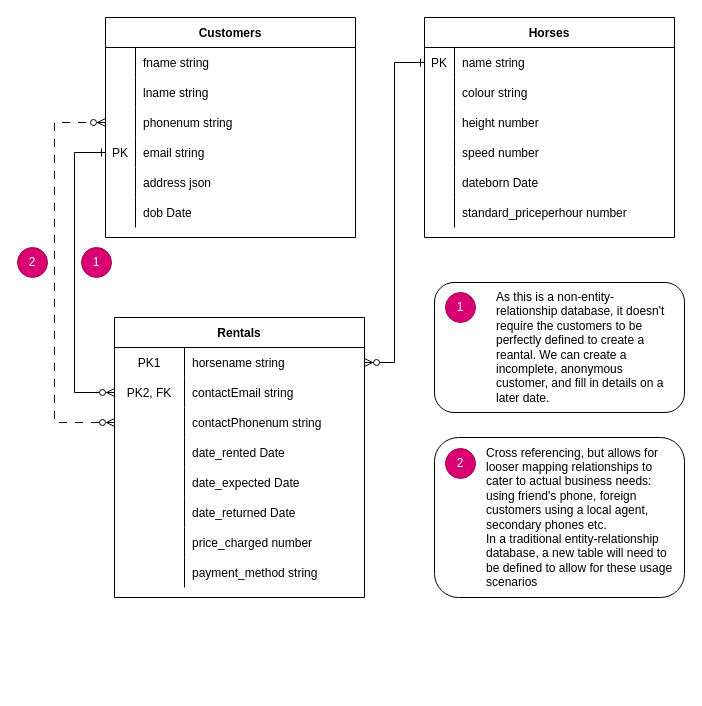
Earlier version of the draw.io diagram erd.drawio (yashwantbist/DBS311). Source tidied: cells renumbered, new cells numbered last; positions are measured from the earlier drawing's top-left corner, leaving out a move shared by most shapes. Both pictures are drawn from the tidied source at 100%, with x=0, y=0 at pixel (17, 17).
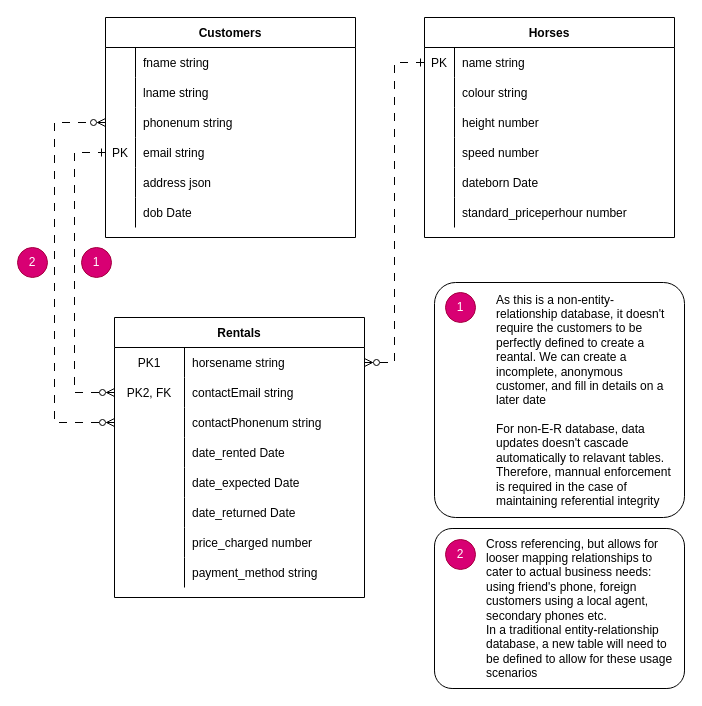
The same page after the edit.

Unchanged cells that the change refers to:
```xml
<mxCell id="3" style="shape=partialRectangle;fillColor=none;points=[[0,0.5],[1,0.5]];portConstraint=eastwest;top=0;left=0;right=0;bottom=0;" parent="2" vertex="1">
  <mxGeometry y="30" width="250" height="30" as="geometry" />
</mxCell>
<mxCell id="6" style="shape=partialRectangle;fillColor=none;points=[[0,0.5],[1,0.5]];portConstraint=eastwest;top=0;left=0;right=0;bottom=0;" parent="2" vertex="1">
  <mxGeometry y="60" width="250" height="30" as="geometry" />
</mxCell>
<mxCell id="28" style="shape=partialRectangle;fillColor=none;points=[[0,0.5],[1,0.5]];portConstraint=eastwest;top=0;left=0;right=0;bottom=0;" parent="27" vertex="1">
  <mxGeometry y="30" width="250" height="30" as="geometry" />
</mxCell>
<mxCell id="56" style="shape=tableRow;horizontal=0;startSize=0;swimlaneHead=0;swimlaneBody=0;fillColor=none;points=[[0,0.5],[1,0.5]];portConstraint=eastwest;top=0;left=0;right=0;bottom=0;" parent="46" vertex="1">
  <mxGeometry y="120" width="250" height="30" as="geometry" />
</mxCell>
```

Change to the diagram source:
```diff
@@
-    <mxCell id="65" style="edgeStyle=orthogonalEdgeStyle;rounded=0;jettySize=auto;html=1;startArrow=ERzeroToMany;startFill=0;endArrow=ERone;endFill=0;" parent="1" edge="1" source="3" target="28">
+    <mxCell id="65" style="edgeStyle=orthogonalEdgeStyle;rounded=0;jettySize=auto;html=1;startArrow=ERzeroToMany;startFill=0;endArrow=ERone;endFill=0;dashed=1;dashPattern=8 8;" parent="1" edge="1" source="3" target="28">
       <mxGeometry relative="1" as="geometry" />
     </mxCell>
-    <mxCell id="66" style="edgeStyle=orthogonalEdgeStyle;rounded=0;jettySize=auto;html=1;startArrow=ERzeroToMany;startFill=0;endArrow=ERone;endFill=0;" parent="1" edge="1" source="6" target="56">
+    <mxCell id="66" style="edgeStyle=orthogonalEdgeStyle;rounded=0;jettySize=auto;html=1;startArrow=ERzeroToMany;startFill=0;endArrow=ERone;endFill=0;dashed=1;dashPattern=8 8;" parent="1" edge="1" source="6" target="56">
       <mxGeometry relative="1" as="geometry">
         <Array as="points">
           <mxPoint x="57" y="375" />
           <mxPoint x="57" y="135" />
         </Array>
       </mxGeometry>
     </mxCell>
@@
-    <mxCell id="69" style="rounded=1;whiteSpace=wrap;html=1;" parent="1" vertex="1">
-      <mxGeometry x="417" y="265" width="250" height="130" as="geometry" />
+    <mxCell id="69" style="rounded=1;whiteSpace=wrap;html=1;arcSize=9;" parent="1" vertex="1">
+      <mxGeometry x="417" y="265" width="250" height="235" as="geometry" />
     </mxCell>
@@
-    <mxCell id="72" style="rounded=1;whiteSpace=wrap;html=1;" parent="1" vertex="1">
-      <mxGeometry x="417" y="420" width="250" height="160" as="geometry" />
+    <mxCell id="72" style="rounded=1;whiteSpace=wrap;html=1;arcSize=11;" parent="1" vertex="1">
+      <mxGeometry x="417" y="511" width="250" height="160" as="geometry" />
     </mxCell>
     <mxCell id="73" value="2" style="ellipse;whiteSpace=wrap;html=1;fillColor=#d80073;fontColor=#ffffff;strokeColor=#A50040;" parent="1" vertex="1">
-      <mxGeometry x="428" y="431" width="30" height="30" as="geometry" />
+      <mxGeometry x="428" y="522" width="30" height="30" as="geometry" />
     </mxCell>
-    <mxCell id="74" value="&lt;div align=&quot;left&quot;&gt;As this is a non-entity-relationship database, it doesn't require the customers to be perfectly defined to create a reantal. We can create a incomplete, anonymous customer, and fill in details on a later date.&lt;/div&gt;" style="rounded=0;whiteSpace=wrap;html=1;strokeColor=none;align=left;" parent="1" vertex="1">
-      <mxGeometry x="477" y="275" width="180" height="110" as="geometry" />
+    <mxCell id="74" value="&lt;div align=&quot;left&quot;&gt;As this is a non-entity-relationship database, it doesn't require the customers to be perfectly defined to create a reantal. We can create a incomplete, anonymous customer, and fill in details on a later date&lt;/div&gt;&lt;div&gt;&lt;br&gt;&lt;/div&gt;&lt;div&gt;For non-E-R database, data updates doesn't cascade automatically to relavant tables. Therefore, mannual enforcement is required in the case of maintaining referential integrity&lt;/div&gt;" style="rounded=0;whiteSpace=wrap;html=1;strokeColor=none;align=left;" parent="1" vertex="1">
+      <mxGeometry x="477" y="275" width="180" height="215" as="geometry" />
     </mxCell>
     <mxCell id="75" value="&lt;div align=&quot;left&quot;&gt;Cross referencing, but allows for looser mapping relationships to cater to actual business needs: using friend's phone, foreign customers using a local agent, secondary phones etc.&lt;/div&gt;&lt;div align=&quot;left&quot;&gt;In a traditional entity-relationship database, a new table will need to be defined to allow for these usage scenarios&lt;/div&gt;" style="rounded=0;whiteSpace=wrap;html=1;strokeColor=none;align=left;" parent="1" vertex="1">
-      <mxGeometry x="467" y="425" width="190" height="150" as="geometry" />
+      <mxGeometry x="467" y="516" width="190" height="150" as="geometry" />
     </mxCell>
```
